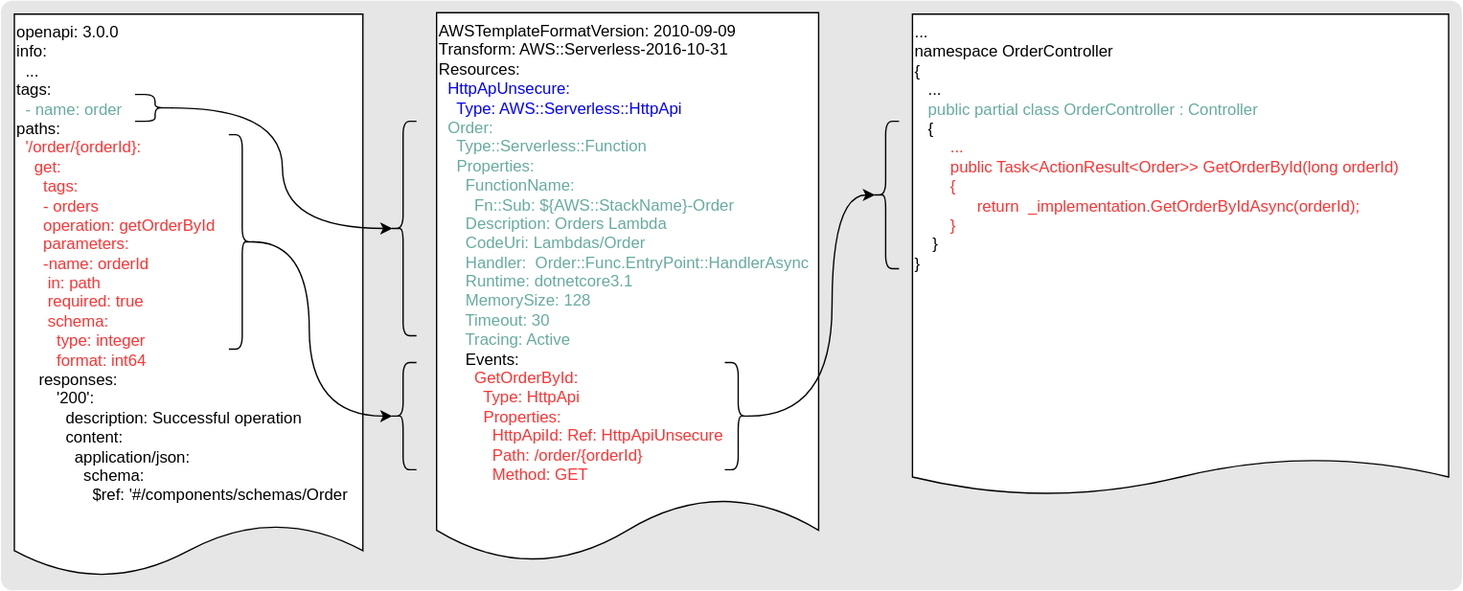
This is src/assets/img/LambdaEventMapping.svg from InSciCo/InSciCo, a draw.io export, as it was before one commit. Source tidied: cells renumbered, new cells last; positions are measured from the earlier drawing's top-left corner, leaving out a move shared by most shapes.
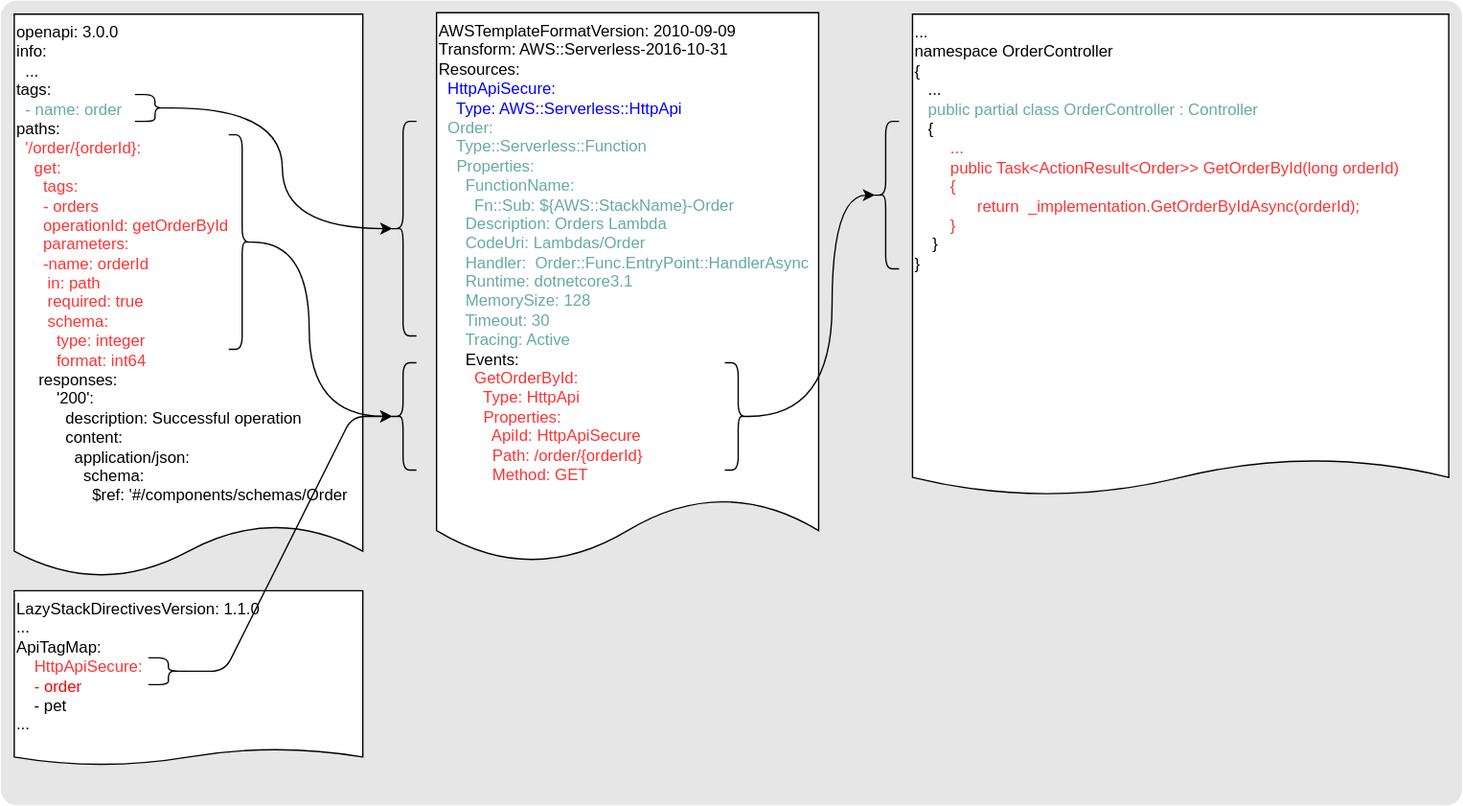
Later version of the same file.

Change to the diagram source:
```diff
@@ -3,12 +3,12 @@
     <mxCell id="0" />
     <mxCell id="1" parent="0" />
     <mxCell id="2" style="rounded=1;whiteSpace=wrap;html=1;fillColor=#E6E6E6;gradientColor=none;arcSize=2;strokeColor=none;" parent="1" vertex="1">
-      <mxGeometry width="1090" height="440" as="geometry" />
+      <mxGeometry width="1090" height="600" as="geometry" />
     </mxCell>
-    <mxCell id="3" value="openapi: 3.0.0&lt;br&gt;info:&lt;br&gt;&amp;nbsp; ...&lt;br&gt;tags:&lt;br&gt;&lt;font color=&quot;#67ab9f&quot;&gt;&amp;nbsp; - name: order&lt;/font&gt;&lt;br&gt;paths:&lt;br&gt;&lt;font color=&quot;#ff3333&quot;&gt;&amp;nbsp; '/order/{orderId}:&lt;br&gt;&amp;nbsp; &amp;nbsp; get:&lt;br&gt;&amp;nbsp; &amp;nbsp; &amp;nbsp; tags:&lt;br&gt;&amp;nbsp; &amp;nbsp; &amp;nbsp; - orders&lt;br&gt;&amp;nbsp; &amp;nbsp; &amp;nbsp; operation: getOrderById&lt;br&gt;&amp;nbsp; &amp;nbsp; &amp;nbsp; parameters:&lt;br&gt;&amp;nbsp; &amp;nbsp; &amp;nbsp; -name: orderId&lt;br&gt;&amp;nbsp; &amp;nbsp; &amp;nbsp; &amp;nbsp;in: path&lt;br&gt;&amp;nbsp; &amp;nbsp; &amp;nbsp; &amp;nbsp;required: true&lt;br&gt;&amp;nbsp; &amp;nbsp; &amp;nbsp; &amp;nbsp;schema:&lt;br&gt;&amp;nbsp; &amp;nbsp; &amp;nbsp; &amp;nbsp; &amp;nbsp;type: integer&lt;br&gt;&amp;nbsp; &amp;nbsp; &amp;nbsp; &amp;nbsp; &amp;nbsp;format: int64&lt;/font&gt;&lt;br&gt;&amp;nbsp; &amp;nbsp; &amp;nbsp;responses:&lt;br&gt;&amp;nbsp; &amp;nbsp; &amp;nbsp; &amp;nbsp; &amp;nbsp;'200':&lt;br&gt;&amp;nbsp; &amp;nbsp; &amp;nbsp; &amp;nbsp; &amp;nbsp; &amp;nbsp;description: Successful operation&lt;br&gt;&amp;nbsp; &amp;nbsp; &amp;nbsp; &amp;nbsp; &amp;nbsp; &amp;nbsp;content:&lt;br&gt;&amp;nbsp; &amp;nbsp; &amp;nbsp; &amp;nbsp; &amp;nbsp; &amp;nbsp; &amp;nbsp;application/json:&lt;br&gt;&amp;nbsp; &amp;nbsp; &amp;nbsp; &amp;nbsp; &amp;nbsp; &amp;nbsp; &amp;nbsp; &amp;nbsp;schema:&lt;br&gt;&amp;nbsp; &amp;nbsp; &amp;nbsp; &amp;nbsp; &amp;nbsp; &amp;nbsp; &amp;nbsp; &amp;nbsp; &amp;nbsp;$ref: '#/components/schemas/Order" style="shape=document;whiteSpace=wrap;html=1;boundedLbl=1;size=0.09302325581395349;align=left;verticalAlign=top;" parent="1" vertex="1">
+    <mxCell id="3" value="openapi: 3.0.0&lt;br&gt;info:&lt;br&gt;&amp;nbsp; ...&lt;br&gt;tags:&lt;br&gt;&lt;font color=&quot;#67ab9f&quot;&gt;&amp;nbsp; - name: order&lt;/font&gt;&lt;br&gt;paths:&lt;br&gt;&lt;font color=&quot;#ff3333&quot;&gt;&amp;nbsp; '/order/{orderId}:&lt;br&gt;&amp;nbsp; &amp;nbsp; get:&lt;br&gt;&amp;nbsp; &amp;nbsp; &amp;nbsp; tags:&lt;br&gt;&amp;nbsp; &amp;nbsp; &amp;nbsp; - orders&lt;br&gt;&amp;nbsp; &amp;nbsp; &amp;nbsp; operationId: getOrderById&lt;br&gt;&amp;nbsp; &amp;nbsp; &amp;nbsp; parameters:&lt;br&gt;&amp;nbsp; &amp;nbsp; &amp;nbsp; -name: orderId&lt;br&gt;&amp;nbsp; &amp;nbsp; &amp;nbsp; &amp;nbsp;in: path&lt;br&gt;&amp;nbsp; &amp;nbsp; &amp;nbsp; &amp;nbsp;required: true&lt;br&gt;&amp;nbsp; &amp;nbsp; &amp;nbsp; &amp;nbsp;schema:&lt;br&gt;&amp;nbsp; &amp;nbsp; &amp;nbsp; &amp;nbsp; &amp;nbsp;type: integer&lt;br&gt;&amp;nbsp; &amp;nbsp; &amp;nbsp; &amp;nbsp; &amp;nbsp;format: int64&lt;/font&gt;&lt;br&gt;&amp;nbsp; &amp;nbsp; &amp;nbsp;responses:&lt;br&gt;&amp;nbsp; &amp;nbsp; &amp;nbsp; &amp;nbsp; &amp;nbsp;'200':&lt;br&gt;&amp;nbsp; &amp;nbsp; &amp;nbsp; &amp;nbsp; &amp;nbsp; &amp;nbsp;description: Successful operation&lt;br&gt;&amp;nbsp; &amp;nbsp; &amp;nbsp; &amp;nbsp; &amp;nbsp; &amp;nbsp;content:&lt;br&gt;&amp;nbsp; &amp;nbsp; &amp;nbsp; &amp;nbsp; &amp;nbsp; &amp;nbsp; &amp;nbsp;application/json:&lt;br&gt;&amp;nbsp; &amp;nbsp; &amp;nbsp; &amp;nbsp; &amp;nbsp; &amp;nbsp; &amp;nbsp; &amp;nbsp;schema:&lt;br&gt;&amp;nbsp; &amp;nbsp; &amp;nbsp; &amp;nbsp; &amp;nbsp; &amp;nbsp; &amp;nbsp; &amp;nbsp; &amp;nbsp;$ref: '#/components/schemas/Order" style="shape=document;whiteSpace=wrap;html=1;boundedLbl=1;size=0.09302325581395349;align=left;verticalAlign=top;" parent="1" vertex="1">
       <mxGeometry x="10" y="10" width="260" height="420" as="geometry" />
     </mxCell>
-    <mxCell id="4" value="&lt;div&gt;AWSTemplateFormatVersion: 2010-09-09&lt;/div&gt;&lt;div&gt;Transform: AWS::Serverless-2016-10-31&lt;/div&gt;Resources:&lt;br&gt;&lt;font color=&quot;#67ab9f&quot;&gt;&amp;nbsp; &lt;/font&gt;&lt;font color=&quot;#0000ff&quot;&gt;HttpApUnsecure:&amp;nbsp;&lt;br&gt;&amp;nbsp; &amp;nbsp; Type: AWS::Serverless::HttpApi&lt;/font&gt;&lt;br&gt;&lt;font color=&quot;#67ab9f&quot;&gt;&amp;nbsp; Order:&lt;br&gt;&amp;nbsp; &amp;nbsp; Type::Serverless::Function&lt;/font&gt;&lt;br&gt;&lt;font color=&quot;#67ab9f&quot;&gt;&amp;nbsp; &amp;nbsp; Properties:&lt;br&gt;&lt;/font&gt;&lt;div&gt;&lt;font color=&quot;#67ab9f&quot;&gt;&amp;nbsp; &amp;nbsp; &amp;nbsp; FunctionName:&lt;/font&gt;&lt;/div&gt;&lt;div&gt;&lt;font color=&quot;#67ab9f&quot;&gt;&amp;nbsp; &amp;nbsp; &amp;nbsp; &amp;nbsp; Fn::Sub: ${AWS::StackName}-Order&lt;/font&gt;&lt;/div&gt;&lt;div&gt;&lt;font color=&quot;#67ab9f&quot;&gt;&amp;nbsp; &amp;nbsp; &amp;nbsp; Description: Orders Lambda&lt;/font&gt;&lt;/div&gt;&lt;div&gt;&lt;font color=&quot;#67ab9f&quot;&gt;&amp;nbsp; &amp;nbsp; &amp;nbsp; CodeUri: Lambdas/Order&lt;/font&gt;&lt;/div&gt;&lt;div&gt;&lt;font color=&quot;#67ab9f&quot;&gt;&amp;nbsp; &amp;nbsp; &amp;nbsp; Handler:&amp;nbsp;&lt;span&gt;&amp;nbsp;Order::Func.EntryPoint::HandlerAsync&lt;/span&gt;&lt;/font&gt;&lt;/div&gt;&lt;div&gt;&lt;font color=&quot;#67ab9f&quot;&gt;&amp;nbsp; &amp;nbsp; &amp;nbsp; Runtime: dotnetcore3.1&lt;/font&gt;&lt;/div&gt;&lt;div&gt;&lt;font color=&quot;#67ab9f&quot;&gt;&amp;nbsp; &amp;nbsp; &amp;nbsp; MemorySize: 128&lt;/font&gt;&lt;/div&gt;&lt;div&gt;&lt;font color=&quot;#67ab9f&quot;&gt;&amp;nbsp; &amp;nbsp; &amp;nbsp; Timeout: 30&lt;/font&gt;&lt;/div&gt;&lt;font color=&quot;#67ab9f&quot;&gt;&lt;span&gt;&amp;nbsp; &amp;nbsp; &amp;nbsp; Tracing: Active&lt;/span&gt;&amp;nbsp; &amp;nbsp; &amp;nbsp;&amp;nbsp;&lt;br&gt;&lt;/font&gt;&amp;nbsp; &amp;nbsp; &amp;nbsp; Events:&lt;br&gt;&lt;font color=&quot;#ff3333&quot;&gt;&amp;nbsp; &amp;nbsp; &amp;nbsp; &amp;nbsp; GetOrderById:&lt;br&gt;&amp;nbsp; &amp;nbsp; &amp;nbsp; &amp;nbsp; &amp;nbsp; Type: HttpApi&lt;br&gt;&amp;nbsp; &amp;nbsp; &amp;nbsp; &amp;nbsp; &amp;nbsp; Properties:&lt;br&gt;&amp;nbsp; &amp;nbsp; &amp;nbsp; &amp;nbsp; &amp;nbsp; &amp;nbsp; HttpApiId: Ref: HttpApiUnsecure&lt;br&gt;&amp;nbsp; &amp;nbsp; &amp;nbsp; &amp;nbsp; &amp;nbsp; &amp;nbsp; Path: /order/{orderId}&lt;br&gt;&amp;nbsp; &amp;nbsp; &amp;nbsp; &amp;nbsp; &amp;nbsp; &amp;nbsp; Method: GET&lt;/font&gt;" style="shape=document;whiteSpace=wrap;html=1;boundedLbl=1;align=left;verticalAlign=top;size=0.11627906976744186;" parent="1" vertex="1">
+    <mxCell id="4" value="&lt;div&gt;AWSTemplateFormatVersion: 2010-09-09&lt;/div&gt;&lt;div&gt;Transform: AWS::Serverless-2016-10-31&lt;/div&gt;Resources:&lt;br&gt;&lt;font color=&quot;#67ab9f&quot;&gt;&amp;nbsp; &lt;/font&gt;&lt;font color=&quot;#0000ff&quot;&gt;HttpApiSecure:&amp;nbsp;&lt;br&gt;&amp;nbsp; &amp;nbsp; Type: AWS::Serverless::HttpApi&lt;/font&gt;&lt;br&gt;&lt;font color=&quot;#67ab9f&quot;&gt;&amp;nbsp; Order:&lt;br&gt;&amp;nbsp; &amp;nbsp; Type::Serverless::Function&lt;/font&gt;&lt;br&gt;&lt;font color=&quot;#67ab9f&quot;&gt;&amp;nbsp; &amp;nbsp; Properties:&lt;br&gt;&lt;/font&gt;&lt;div&gt;&lt;font color=&quot;#67ab9f&quot;&gt;&amp;nbsp; &amp;nbsp; &amp;nbsp; FunctionName:&lt;/font&gt;&lt;/div&gt;&lt;div&gt;&lt;font color=&quot;#67ab9f&quot;&gt;&amp;nbsp; &amp;nbsp; &amp;nbsp; &amp;nbsp; Fn::Sub: ${AWS::StackName}-Order&lt;/font&gt;&lt;/div&gt;&lt;div&gt;&lt;font color=&quot;#67ab9f&quot;&gt;&amp;nbsp; &amp;nbsp; &amp;nbsp; Description: Orders Lambda&lt;/font&gt;&lt;/div&gt;&lt;div&gt;&lt;font color=&quot;#67ab9f&quot;&gt;&amp;nbsp; &amp;nbsp; &amp;nbsp; CodeUri: Lambdas/Order&lt;/font&gt;&lt;/div&gt;&lt;div&gt;&lt;font color=&quot;#67ab9f&quot;&gt;&amp;nbsp; &amp;nbsp; &amp;nbsp; Handler:&amp;nbsp;&lt;span&gt;&amp;nbsp;Order::Func.EntryPoint::HandlerAsync&lt;/span&gt;&lt;/font&gt;&lt;/div&gt;&lt;div&gt;&lt;font color=&quot;#67ab9f&quot;&gt;&amp;nbsp; &amp;nbsp; &amp;nbsp; Runtime: dotnetcore3.1&lt;/font&gt;&lt;/div&gt;&lt;div&gt;&lt;font color=&quot;#67ab9f&quot;&gt;&amp;nbsp; &amp;nbsp; &amp;nbsp; MemorySize: 128&lt;/font&gt;&lt;/div&gt;&lt;div&gt;&lt;font color=&quot;#67ab9f&quot;&gt;&amp;nbsp; &amp;nbsp; &amp;nbsp; Timeout: 30&lt;/font&gt;&lt;/div&gt;&lt;font color=&quot;#67ab9f&quot;&gt;&lt;span&gt;&amp;nbsp; &amp;nbsp; &amp;nbsp; Tracing: Active&lt;/span&gt;&amp;nbsp; &amp;nbsp; &amp;nbsp;&amp;nbsp;&lt;br&gt;&lt;/font&gt;&amp;nbsp; &amp;nbsp; &amp;nbsp; Events:&lt;br&gt;&lt;font color=&quot;#ff3333&quot;&gt;&amp;nbsp; &amp;nbsp; &amp;nbsp; &amp;nbsp; GetOrderById:&lt;br&gt;&amp;nbsp; &amp;nbsp; &amp;nbsp; &amp;nbsp; &amp;nbsp; Type: HttpApi&lt;br&gt;&amp;nbsp; &amp;nbsp; &amp;nbsp; &amp;nbsp; &amp;nbsp; Properties:&lt;br&gt;&amp;nbsp; &amp;nbsp; &amp;nbsp; &amp;nbsp; &amp;nbsp; &amp;nbsp; ApiId: HttpApiSecure&lt;br&gt;&amp;nbsp; &amp;nbsp; &amp;nbsp; &amp;nbsp; &amp;nbsp; &amp;nbsp; Path: /order/{orderId}&lt;br&gt;&amp;nbsp; &amp;nbsp; &amp;nbsp; &amp;nbsp; &amp;nbsp; &amp;nbsp; Method: GET&lt;/font&gt;" style="shape=document;whiteSpace=wrap;html=1;boundedLbl=1;align=left;verticalAlign=top;size=0.11627906976744186;" parent="1" vertex="1">
       <mxGeometry x="325" y="9" width="285" height="410" as="geometry" />
     </mxCell>
     <mxCell id="5" style="shape=curlyBracket;whiteSpace=wrap;html=1;rounded=1;align=left;" parent="1" vertex="1">
@@ -51,5 +51,14 @@
     <mxCell id="14" style="shape=curlyBracket;whiteSpace=wrap;html=1;rounded=1;align=left;flipV=0;flipH=1;" parent="1" vertex="1">
       <mxGeometry x="540" y="270" width="20" height="80" as="geometry" />
     </mxCell>
+    <mxCell id="15" value="LazyStackDirectivesVersion: 1.1.0&lt;br&gt;...&lt;br&gt;ApiTagMap:&lt;br&gt;&amp;nbsp; &amp;nbsp; &lt;font color=&quot;#ff3333&quot;&gt;HttpApiSecure:&lt;/font&gt;&lt;br&gt;&amp;nbsp; &amp;nbsp; &lt;font color=&quot;#ff0000&quot;&gt;- order&lt;/font&gt;&lt;br&gt;&amp;nbsp; &amp;nbsp; - pet&lt;br&gt;..." style="shape=document;whiteSpace=wrap;html=1;boundedLbl=1;size=0.09302325581395349;align=left;verticalAlign=top;" parent="1" vertex="1">
+      <mxGeometry x="10" y="440" width="260" height="130" as="geometry" />
+    </mxCell>
+    <mxCell id="16" style="edgeStyle=entityRelationEdgeStyle;jettySize=auto;html=1;entryX=0.1;entryY=0.5;entryDx=0;entryDy=0;entryPerimeter=0;exitX=0.1;exitY=0.5;exitDx=0;exitDy=0;exitPerimeter=0;" parent="1" edge="1" source="17" target="6">
+      <mxGeometry relative="1" as="geometry" />
+    </mxCell>
+    <mxCell id="17" style="shape=curlyBracket;whiteSpace=wrap;html=1;rounded=1;align=left;flipV=0;flipH=1;size=0.5;" parent="1" vertex="1">
+      <mxGeometry x="110" y="490" width="30" height="20" as="geometry" />
+    </mxCell>
   </root>
 </mxGraphModel>
```
